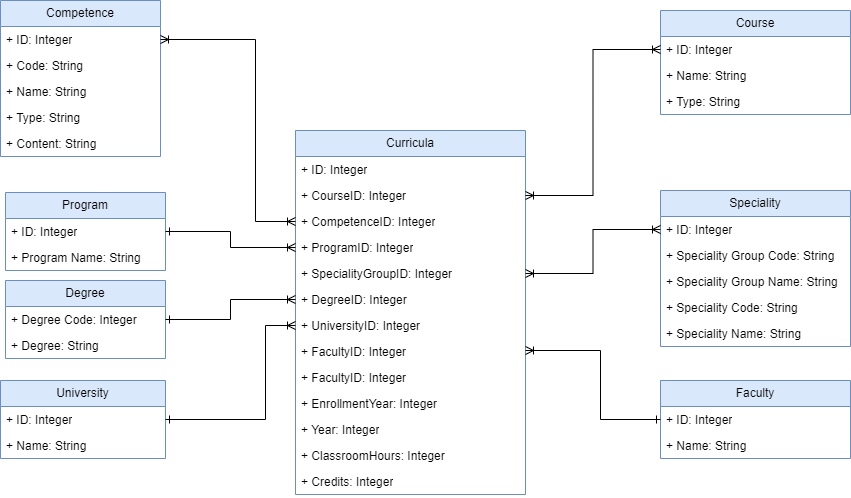
yunas-x/Diploma keeps this draw.io diagram as Lab Work №3/docs/DW.png. Above is the earlier version. Source tidied: cells renumbered, new cells last; positions are measured from the earlier drawing's top-left corner, leaving out a move shared by most shapes.
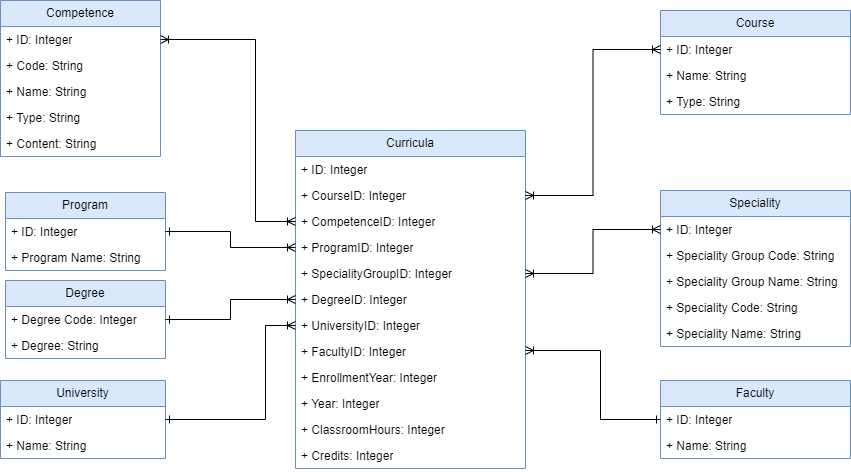
After the commit.

Change to the diagram source:
```diff
@@ -3,7 +3,7 @@
     <mxCell id="0" />
     <mxCell id="1" parent="0" />
     <mxCell id="2" value="Curricula" style="swimlane;fontStyle=0;horizontal=1;startSize=26;fillColor=#dae8fc;whiteSpace=wrap;html=1;strokeColor=#6c8ebf;" parent="1" vertex="1">
-      <mxGeometry x="295" y="130" width="230" height="364" as="geometry" />
+      <mxGeometry x="295" y="130" width="230" height="338" as="geometry" />
     </mxCell>
     <mxCell id="3" value="+ ID: Integer" style="text;strokeColor=none;fillColor=none;align=left;verticalAlign=top;spacingLeft=4;spacingRight=4;overflow=hidden;whiteSpace=wrap;html=1;" parent="2" vertex="1">
       <mxGeometry y="26" width="230" height="26" as="geometry" />
@@ -29,20 +29,17 @@
     <mxCell id="10" value="+ FacultyID: Integer" style="text;strokeColor=none;fillColor=none;align=left;verticalAlign=top;spacingLeft=4;spacingRight=4;overflow=hidden;points=[[0,0.5],[1,0.5]];portConstraint=eastwest;whiteSpace=wrap;html=1;" parent="2" vertex="1">
       <mxGeometry y="208" width="230" height="26" as="geometry" />
     </mxCell>
-    <mxCell id="11" value="+ FacultyID: Integer" style="text;strokeColor=none;fillColor=none;align=left;verticalAlign=top;spacingLeft=4;spacingRight=4;overflow=hidden;whiteSpace=wrap;html=1;" parent="2" vertex="1">
-      <mxGeometry y="234" width="230" height="26" as="geometry" />
-    </mxCell>
     <mxCell id="12" value="+ EnrollmentYear: Integer" style="text;strokeColor=none;fillColor=none;align=left;verticalAlign=top;spacingLeft=4;spacingRight=4;overflow=hidden;whiteSpace=wrap;html=1;" parent="2" vertex="1">
-      <mxGeometry y="260" width="230" height="26" as="geometry" />
+      <mxGeometry y="234" width="230" height="26" as="geometry" />
     </mxCell>
     <mxCell id="13" value="+ Year: Integer" style="text;strokeColor=none;fillColor=none;align=left;verticalAlign=top;spacingLeft=4;spacingRight=4;overflow=hidden;whiteSpace=wrap;html=1;" parent="2" vertex="1">
-      <mxGeometry y="286" width="230" height="26" as="geometry" />
+      <mxGeometry y="260" width="230" height="26" as="geometry" />
     </mxCell>
     <mxCell id="14" value="+ ClassroomHours&lt;span style=&quot;background-color: initial;&quot;&gt;: Integer&lt;/span&gt;" style="text;strokeColor=none;fillColor=none;align=left;verticalAlign=top;spacingLeft=4;spacingRight=4;overflow=hidden;whiteSpace=wrap;html=1;" parent="2" vertex="1">
-      <mxGeometry y="312" width="230" height="26" as="geometry" />
+      <mxGeometry y="286" width="230" height="26" as="geometry" />
     </mxCell>
     <mxCell id="15" value="+ Credits: Integer" style="text;strokeColor=none;fillColor=none;align=left;verticalAlign=top;spacingLeft=4;spacingRight=4;overflow=hidden;whiteSpace=wrap;html=1;" parent="2" vertex="1">
-      <mxGeometry y="338" width="230" height="26" as="geometry" />
+      <mxGeometry y="312" width="230" height="26" as="geometry" />
     </mxCell>
     <mxCell id="16" value="Course" style="swimlane;fontStyle=0;horizontal=1;startSize=26;fillColor=#dae8fc;whiteSpace=wrap;html=1;strokeColor=#6c8ebf;" parent="1" vertex="1">
       <mxGeometry x="660" y="10" width="190" height="104" as="geometry" />
```
